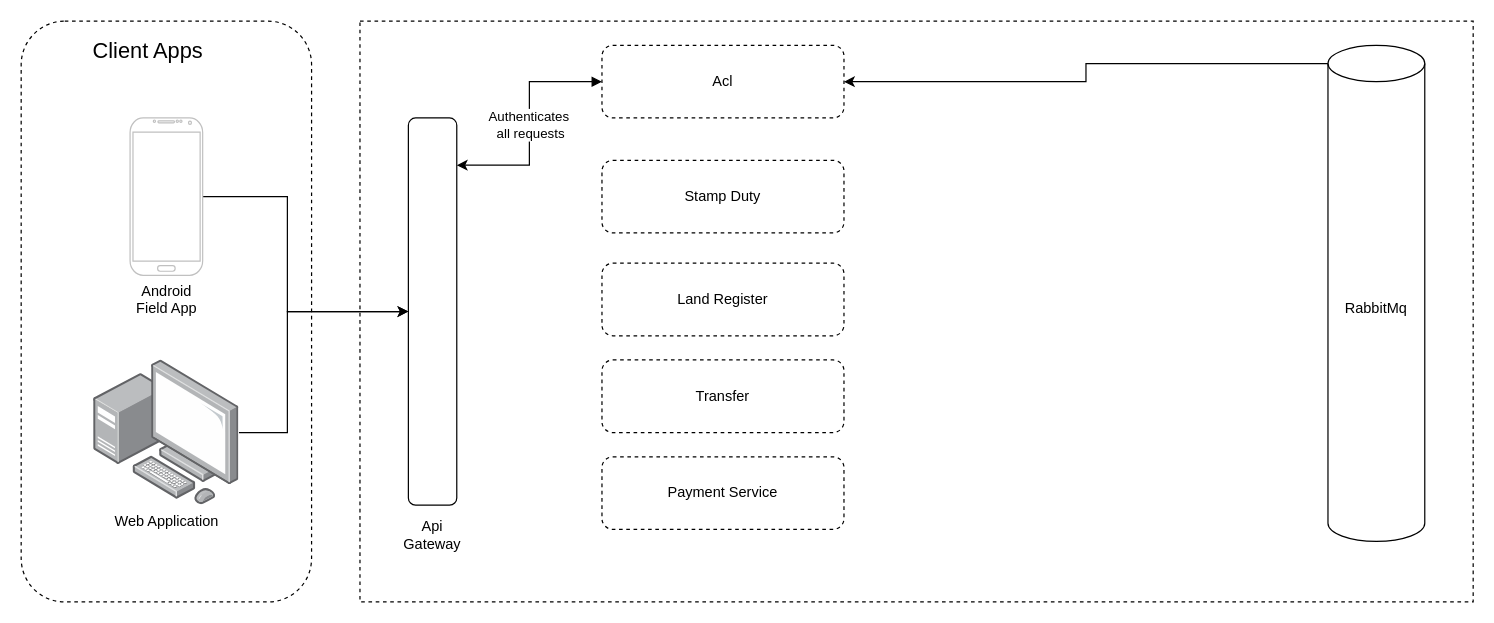
Earlier version of the draw.io diagram system_documentation.drawio (pascalokoth/BPMN). Source tidied: cells renumbered, new cells numbered last; positions are measured from the earlier drawing's top-left corner, leaving out a move shared by most shapes. Both pictures are drawn from the tidied source at 121%, with x=0, y=0 at pixel (21, 21).
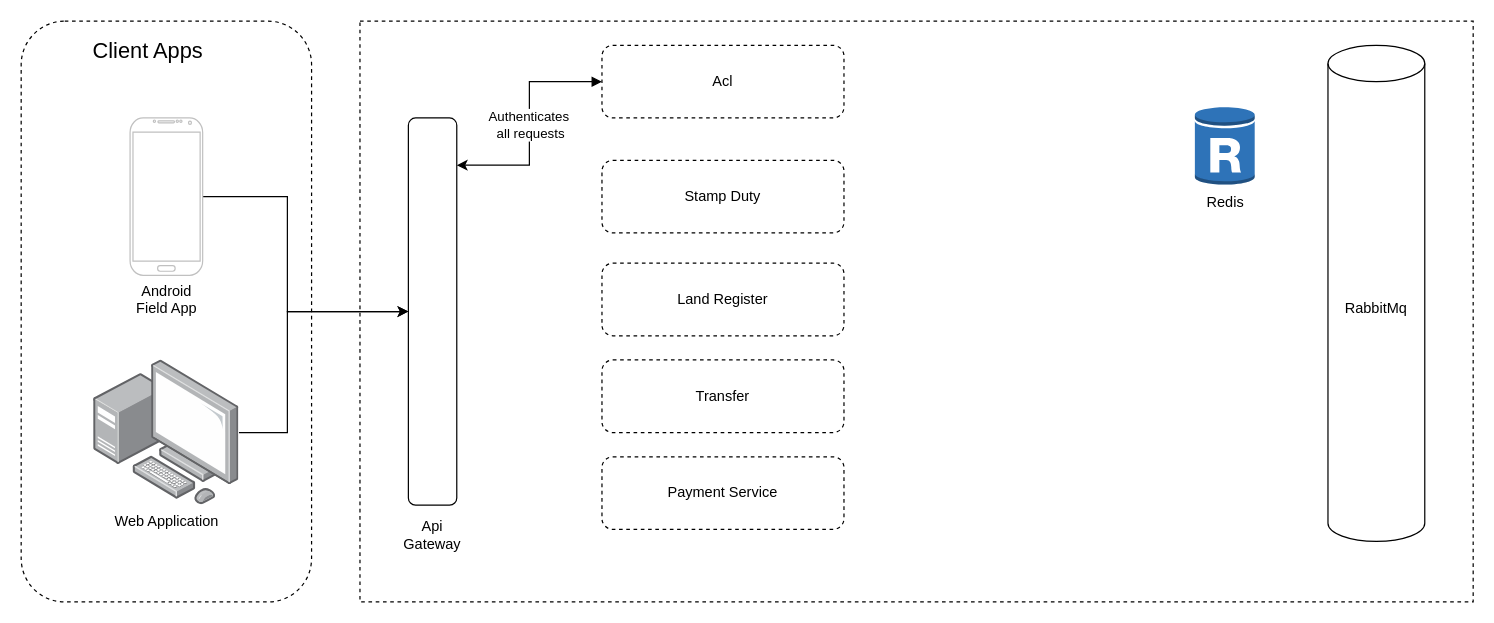
The same diagram, later.

Unchanged cells that the change refers to:
```xml
<mxCell id="13" value="Acl" style="rounded=1;whiteSpace=wrap;html=1;fillColor=none;dashed=1;" parent="1" vertex="1">
  <mxGeometry x="480" y="20" width="200" height="60" as="geometry" />
</mxCell>
<mxCell id="19" value="RabbitMq" style="shape=cylinder3;whiteSpace=wrap;html=1;boundedLbl=1;backgroundOutline=1;size=15;" parent="1" vertex="1">
  <mxGeometry x="1080" y="20" width="80" height="410" as="geometry" />
</mxCell>
```

Change to the diagram source:
```diff
@@
-    <mxCell id="18" style="edgeStyle=orthogonalEdgeStyle;rounded=0;jettySize=auto;html=1;exitX=0;exitY=0;exitDx=0;exitDy=15;exitPerimeter=0;entryX=1;entryY=0.5;entryDx=0;entryDy=0;" parent="1" edge="1" source="19" target="13">
-      <mxGeometry relative="1" as="geometry" />
-    </mxCell>
@@
+    <mxCell id="20" value="Redis" style="dashed=0;verticalLabelPosition=bottom;verticalAlign=top;align=center;html=1;shape=mxgraph.aws3.rds_db_instance_read_replica;fillColor=#2E73B8;gradientColor=none;" parent="1" vertex="1">
+      <mxGeometry x="970" y="70" width="49.5" height="66" as="geometry" />
+    </mxCell>
```
